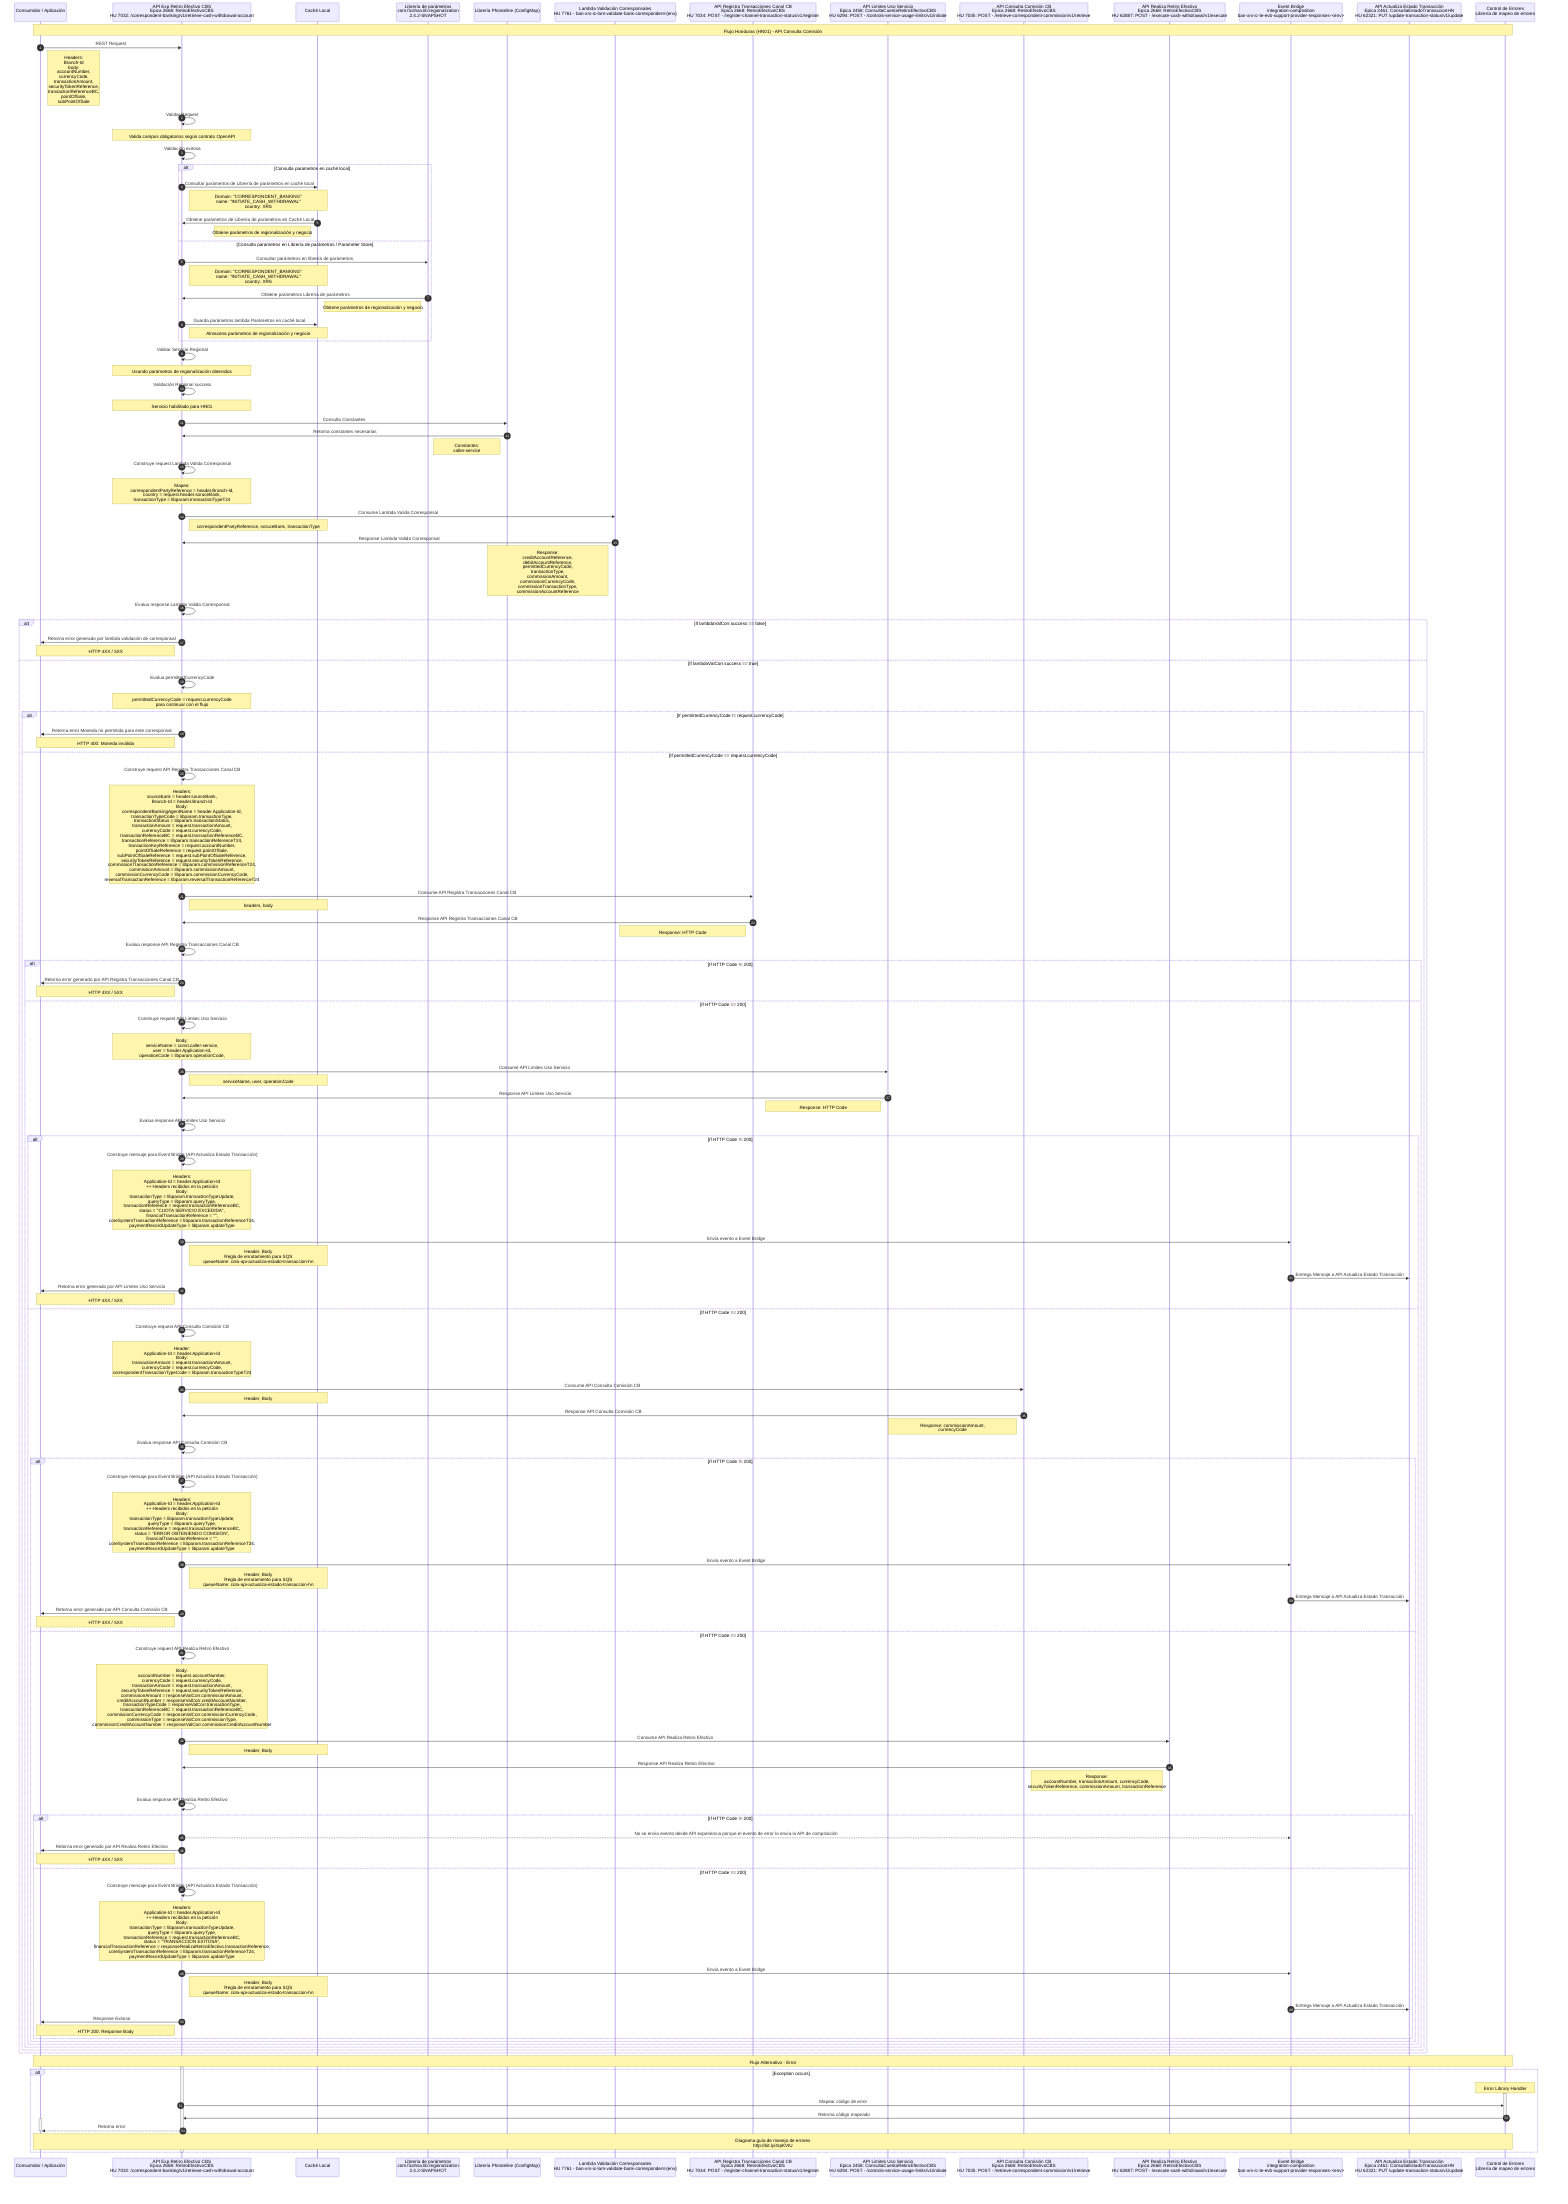
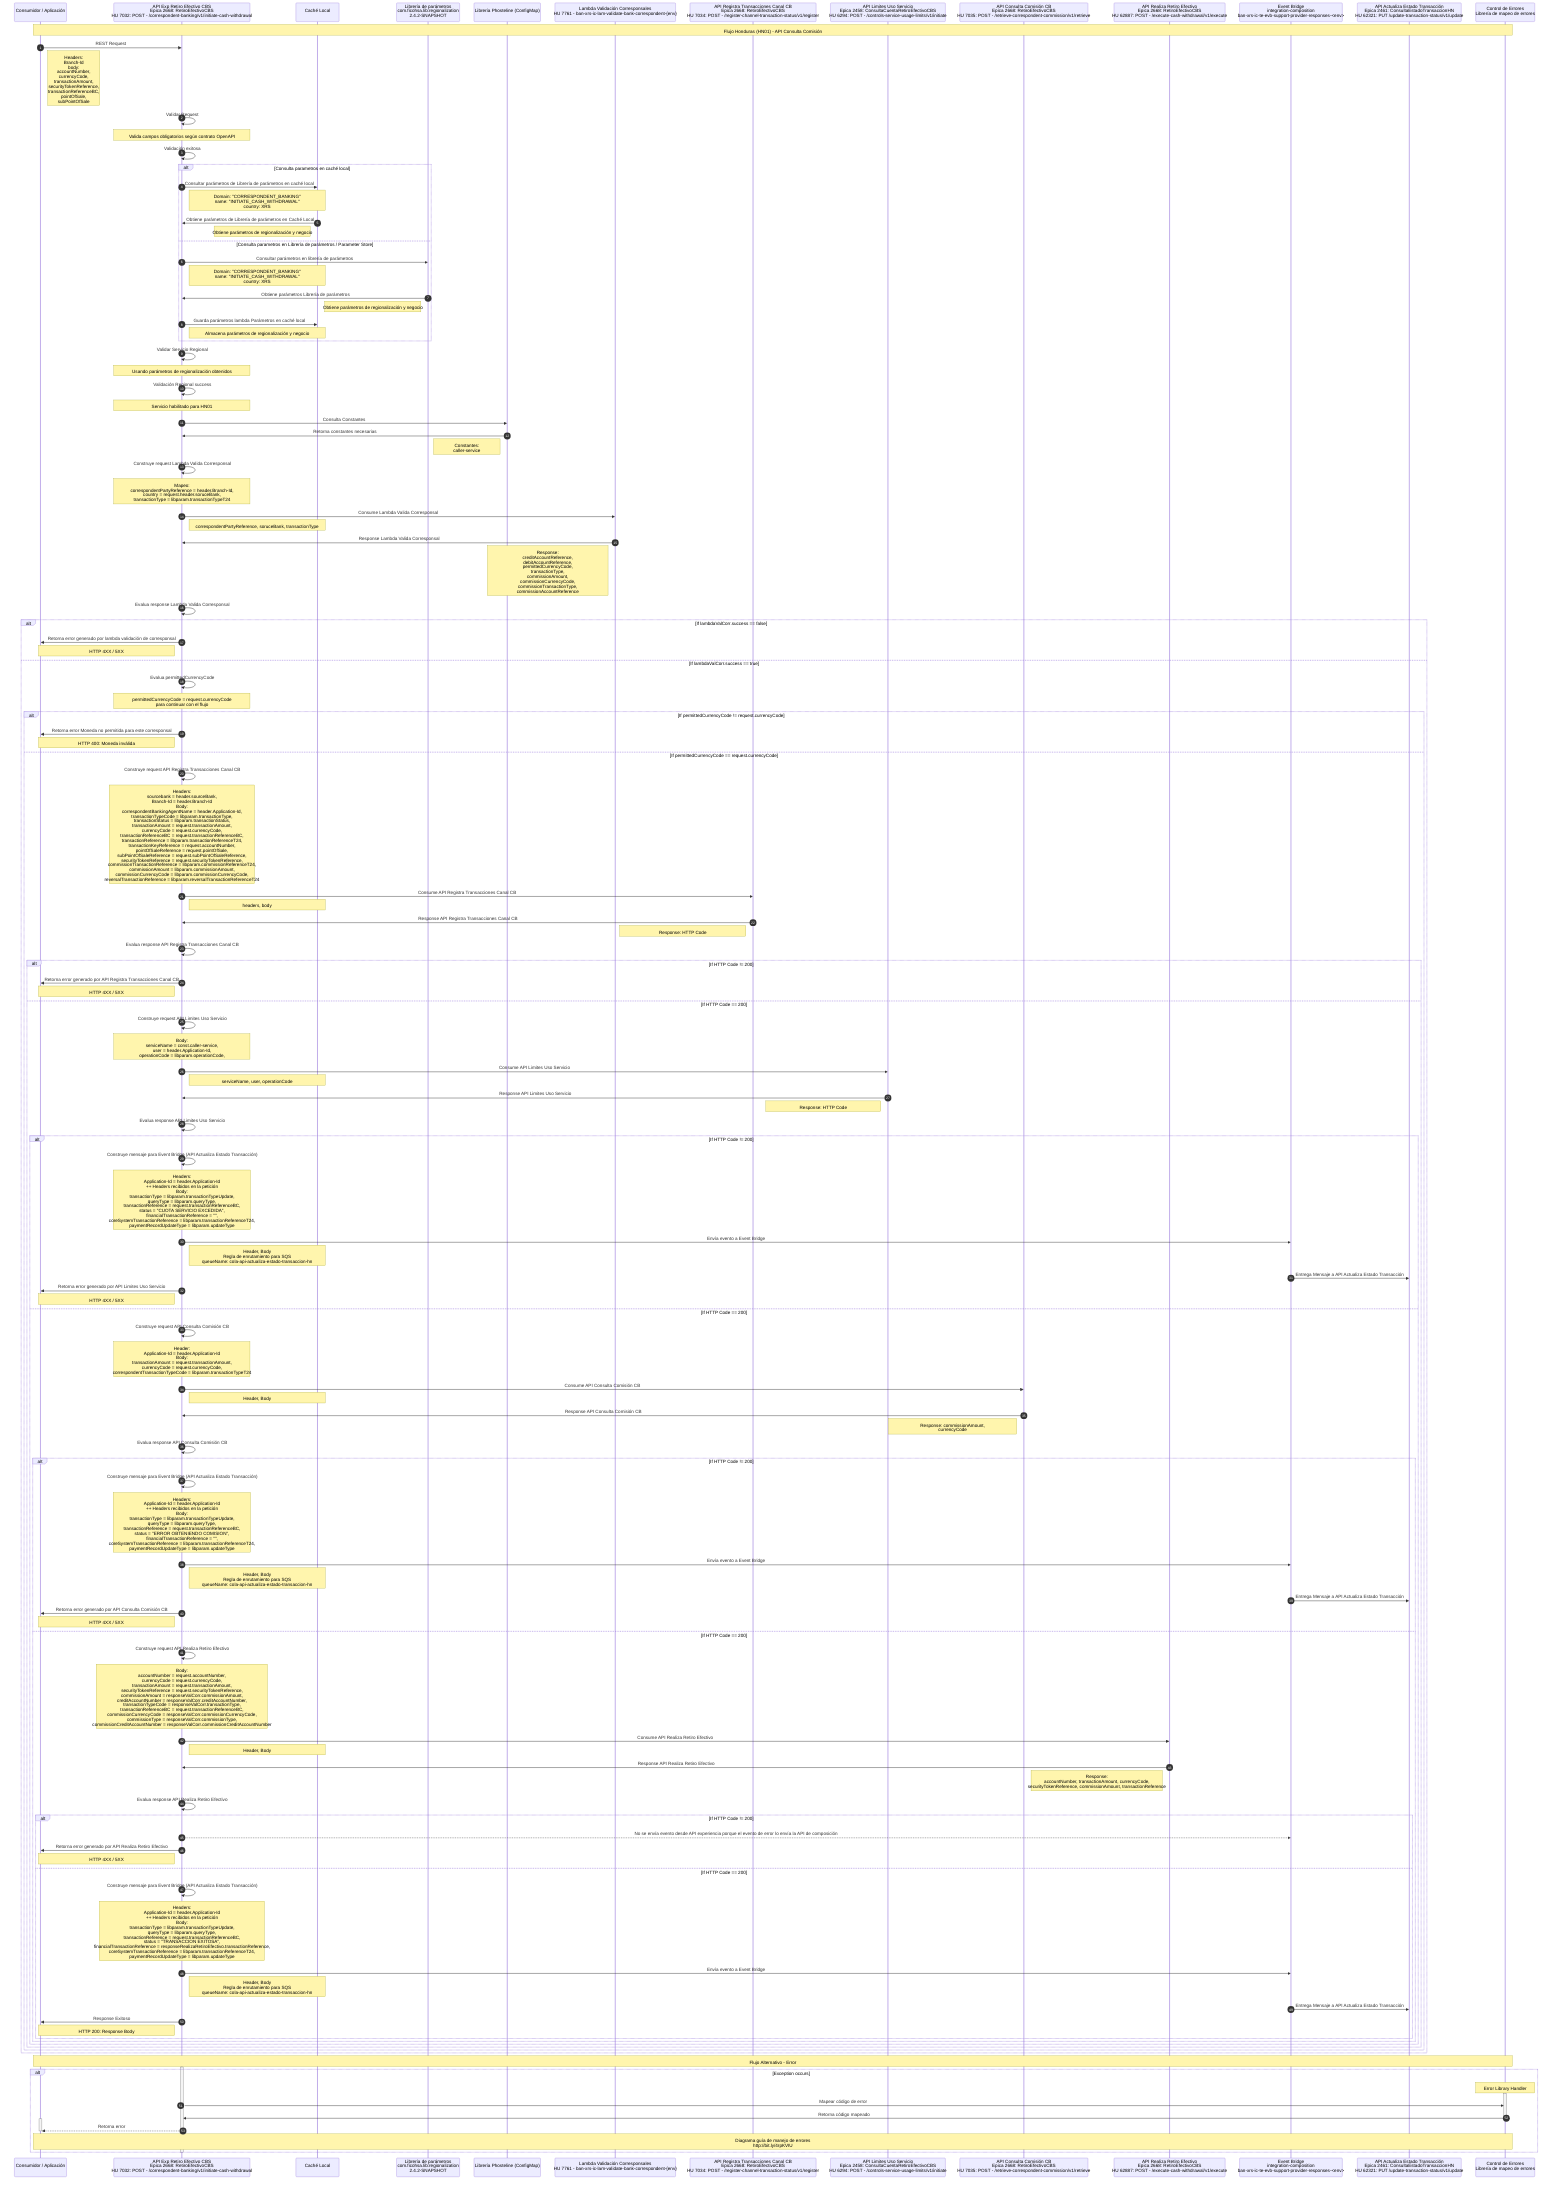
sequenceDiagram
    autonumber
    participant Consumidor as Consumidor / Aplicación
-     participant API as API Exp Retiro Efectivo CBS <br> Epica 2668: RetiroEfectivoCBS <br> HU 7032:  /correspondent-banking/v1/retrieve-cash-withdrawal-account
+     participant API as API Exp Retiro Efectivo CBS <br> Epica 2668: RetiroEfectivoCBS <br> HU 7032: POST -  /correspondent-banking/v1/initiate-cash-withdrawal
    participant CL as Caché Local
    participant Lambda as Librería de parámetros <br> com.ficohsa.lib:regionalization <br> 2.4.2-SNAPSHOT
    participant Lib as Librería Phosteline (ConfigMap)
    participant lambdaCorr as Lambda Validación Corresponsales<br/> HU 7761 - ban-xrs-ic-lam-validate-bank-correspondent-{env}
    participant API1 as API Registra Transacciones Canal CB <br> Epica 2668: RetiroEfectivoCBS <br> HU 7034:  POST - /register-channel-transaction-status/v1/register
    participant API2 as API Limites Uso Servicio <br> Epica 2458: ConsultaCuentaRetiroEfectivoCBS <br> HU 6294:  POST - /controls-service-usage-limits/v1/initiate
    participant API3 as API Consulta Comisión CB <br> Epica 2668: RetiroEfectivoCBS <br> HU 7035:  POST - /retrieve-correspondent-commission/v1/retrieve
    participant API4 as API Realiza Retiro Efectivo <br> Epica 2668: RetiroEfectivoCBS <br> HU 62887:  POST - /execute-cash-withdrawal/v1/execute
    participant event as Event Bridge <br> integration-composition <br> ban-xrs-ic-te-evb-support-provider-responses-<env>
    participant API5 as API Actualiza Estado Transacción <br> Epica 2461: ConsultaEstadoTransaccionHN <br> HU 62321:  PUT /update-transaction-status/v1/update
    participant Errors as Control de Errores <br> Librería de mapeo de errores

    Note over Consumidor, Errors: Flujo Honduras (HN01) - API Consulta Comisión

    Consumidor->>API: REST Request
    Note right of Consumidor: Headers: <br> Branch-Id <br> body: <br> accountNumber, <br> currencyCode, <br> transactionAmount, <br> securityTokenReference, <br> transactionReferenceBC, <br> pointOfSale, <br> subPointOfSale

    API->>API: Validar Request
    Note over API: Valida campos obligatorios según contrato OpenAPI

    API->>API: Validación exitosa

    alt Consulta parametros en caché local

        API->>CL: Consultar parámetros de Librería de parámetros en caché local
        Note right of API: Domain: "CORRESPONDENT_BANKING" <br> name: "INITIATE_CASH_WITHDRAWAL" <br> country: XRS

        CL->>API: Obtiene parámetros de Librería de parámetros en Caché Local
        Note left of CL: Obtiene parámetros de regionalización y negocio

    else Consulta  parametros en Librería de parámetros / Parameter Store

        API->>Lambda: Consultar parámetros en librería de parámetros
        Note right of API: Domain: "CORRESPONDENT_BANKING" <br> name: "INITIATE_CASH_WITHDRAWAL" <br> country: XRS

        Lambda->>API: Obtiene parámetros Librería de parámetros
        Note left of Lambda: Obtiene parámetros de regionalización y negocio

        API->>CL: Guarda parámetros lambda Parámetros en caché local
        Note right of API: Almacena parámetros de regionalización y negocio

    end

    API->>API: Validar Servicio Regional
    Note over API: Usando parámetros de regionalización obtenidos

    API->>API: Validación Regional success
    Note over API: Servicio habilitado para HN01

    API->>Lib: Consulta Constantes

    Lib->>API: Retorna constantes necesarias
    Note left of Lib: Constantes: <br> caller-service

    API->>API: Construye request Lambda Valida Corresponsal
    Note over API: Mapeo: <br> correspondentPartyReference = header.Branch-Id, <br> country = request.header.soruceBank, <br> transactionType = libparam.transactionTypeT24

    API->>lambdaCorr: Consume Lambda Valida Corresponsal
    Note right of API: correspondentPartyReference, soruceBank, transactionType

    lambdaCorr->>API: Response Lambda Valida Corresponsal
    Note left of lambdaCorr: Response: <br> creditAccountReference, <br> debitAccountReference, <br> permittedCurrencyCode, <br> transactionType, <br> commissionAmount, <br> commissionCurrencyCode, <br> commissionTransactionType, <br> commissionAccountReference

    API->>API: Evalua response Lambda Valida Corresponsal

    alt If lambdaValCorr.success == false

        API->> Consumidor: Retorna error generado por lambda validación de corresponsal
        Note left of API: HTTP 4XX / 5XX

    else If lambdaValCorr.success == true

        API->>API: Evalua permittedCurrencyCode
        Note over API: permittedCurrencyCode = request.currencyCode <br> para continuar con el flujo

        alt If permittedCurrencyCode != request.currencyCode

            API->> Consumidor: Retorna error Moneda no permitida para este corresponsal
            Note left of API: HTTP 400: Moneda inválida

        else If permittedCurrencyCode == request.currencyCode

            API->>API: Construye request API Registra Transacciones Canal CB
            Note over API: Headers: <br> sourcebank = header.sourceBank, <br> Branch-Id = header.Branch-Id <br> Body: <br> correspondentBankingAgentName = header.Application-Id, <br> transactionTypeCode = libparam.transactionType, <br> transactionStatus = libparam.transactionStatus, <br> transactionAmount = request.transactionAmount, <br> currencyCode = request.currencyCode, <br> transactionReferenceBC = request.transactionReferenceBC, <br> transactionReference = libparam.transactionReferenceT24, <br> transactionKeyReference = request.accountNumber, <br> pointOfSaleReference = request.pointOfSale, <br> subPointOfSaleReference = request.subPointOfSaleReference, <br> securityTokenReference = request.securityTokenReference, <br> commissionTransactionReference = libparam.commissionReferenceT24, <br> commissionAmount = libparam.commissionAmount, <br> commissionCurrencyCode = libparam.commissionCurrencyCode, <br> reversalTransactionReference = libparam.reversalTransactionReferenceT24

            API->>API1: Consume API Registra Transacciones Canal CB
            Note right of API: headers, body

            API1->>API: Response API Registra Transacciones Canal CB
            Note left of API1: Response: HTTP Code

            API->>API: Evalua response API Registra Transacciones Canal CB

            alt If HTTP Code != 200

                API->> Consumidor: Retorna error generado por API Registra Transacciones Canal CB
                Note left of API: HTTP 4XX / 5XX

            else If HTTP Code == 200

                API->>API: Construye request API Limites Uso Servicio
                Note over API: Body: <br> serviceName = const.caller-service, <br> user = header.Application-Id, <br> operationCode = libparam.operationCode,

                API->>API2: Consume API Limites Uso Servicio
                Note right of API: serviceName, user, operationCode

                API2->>API: Response API Limites Uso Servicio
                Note left of API2: Response: HTTP Code

                API->>API: Evalua response API Limites Uso Servicio

                alt If HTTP Code != 200

                    API->>API: Construye mensaje para Event Bridge (API Actualiza Estado Transacción)
                    Note over API: Headers: <br> Application-Id = header.Application-Id <br> ++ Headers recibidos en la petición <br> Body: <br> transactionType = libparam.transactionTypeUpdate, <br> queryType = libparam.queryType, <br> transactionReference = request.transactionReferenceBC, <br> status = "CUOTA SERVICIO EXCEDIDA", <br> financialTransactionReference = "", <br> coreSystemTransactionReference = libparam.transactionReferenceT24, <br> paymentRecordUpdateType = libparam.updateType

                    API->>event: Envía evento a Event Bridge
                    Note right of API: Header, Body <br> Regla de enrutamiento para SQS <br> queueName: cola-api-actualiza-estado-transaccion-hn

                    event->>API5: Entrega Mensaje a API Actualiza Estado Transacción

                    API->> Consumidor: Retorna error generado por API Limites Uso Servicio
                    Note left of API: HTTP 4XX / 5XX

                else If HTTP Code == 200

                    API->>API: Construye request API Consulta Comisión CB
                    Note over API: Header: <br> Application-Id = header.Application-Id <br> Body: <br> transactionAmount = request.transactionAmount, <br> currencyCode = request.currencyCode, <br> correspondentTransactionTypeCode = libparam.transactionTypeT24

                    API->>API3: Consume API Consulta Comisión CB
                    Note right of API: Header, Body

                    API3->>API: Response API Consulta Comisión CB
                    Note left of API3: Response: commissionAmount, <br> currencyCode

                    API->>API: Evalua response API Consulta Comisión CB

                    alt If HTTP Code != 200

                        API->>API: Construye mensaje para Event Bridge (API Actualiza Estado Transacción)
                        Note over API: Headers: <br> Application-Id = header.Application-Id <br> ++ Headers recibidos en la petición <br> Body: <br> transactionType = libparam.transactionTypeUpdate, <br> queryType = libparam.queryType, <br> transactionReference = request.transactionReferenceBC, <br> status = "ERROR OBTENIENDO COMISION", <br> financialTransactionReference = "", <br> coreSystemTransactionReference = libparam.transactionReferenceT24, <br> paymentRecordUpdateType = libparam.updateType

                        API->>event: Envía evento a Event Bridge
                        Note right of API: Header, Body <br> Regla de enrutamiento para SQS <br> queueName: cola-api-actualiza-estado-transaccion-hn

                        event->>API5: Entrega Mensaje a API Actualiza Estado Transacción

                        API->> Consumidor: Retorna error generado por API Consulta Comisión CB
                        Note left of API: HTTP 4XX / 5XX

                    else If HTTP Code == 200

                        API->>API: Construye request API Realiza Retiro Efectivo
                        Note over API: Body: <br> accountNumber = request.accountNumber, <br> currencyCode = request.currencyCode, <br> transactionAmount = request.transactionAmount, <br> securityTokenReference = request.securityTokenReference, <br> commissionAmount = responseValCorr.commissionAmount, <br> creditAccountNumber = responseValCorr.creditAccountNumber, <br> transactionTypeCode = responseValCorr.transactionType, <br> transactionReferenceBC = request.transactionReferenceBC, <br> commissionCurrencyCode = responseValCorr.commissionCurrencyCode, <br> commissionType = responseValCorr.commissionType, <br> commissionCreditAccountNumber = responseValCorr.commissionCreditAccountNumber

                        API->>API4: Consume API Realiza Retiro Efectivo
                        Note right of API: Header, Body

                        API4->>API: Response API Realiza Retiro Efectivo
                        Note left of API4: Response: <br> accountNumber, transactionAmount, currencyCode, <br> securityTokenReference, commissionAmount, transactionReference

                        API->>API: Evalua response API Realiza Retiro Efectivo

                        alt If HTTP Code != 200

                            API-->>event: No se envía evento desde API experiencia porque el evento de error lo envía la API de composición

                            API->> Consumidor: Retorna error generado por API Realiza Retiro Efectivo
                            Note left of API: HTTP 4XX / 5XX

                        else If HTTP Code == 200

                            API->>API: Construye mensaje para Event Bridge (API Actualiza Estado Transacción)
                            Note over API: Headers: <br> Application-Id = header.Application-Id <br> ++ Headers recibidos en la petición <br> Body: <br> transactionType = libparam.transactionTypeUpdate, <br> queryType = libparam.queryType, <br> transactionReference = request.transactionReferenceBC, <br> status = "TRANSACCION EXITOSA", <br> financialTransactionReference = responseRealizaRetiroEfectivo.transactionReference, <br> coreSystemTransactionReference = libparam.transactionReferenceT24, <br> paymentRecordUpdateType = libparam.updateType

                            API->>event: Envía evento a Event Bridge
                            Note right of API: Header, Body <br> Regla de enrutamiento para SQS <br> queueName: cola-api-actualiza-estado-transaccion-hn

                            event->>API5: Entrega Mensaje a API Actualiza Estado Transacción

                            API->>Consumidor: Response Exitoso
                            Note left of API: HTTP 200: Response Body

                        end

                    end

                end

            end

        end
    end

    Note over Consumidor, Errors: Flujo Alternativo - Error
    activate API
    alt Exception occurs
        note over Errors: Error Library Handler
        activate Errors
            API->> Errors: Mapear código de error
            Errors ->> API: Retorna código mapeado
        deactivate Errors
        activate Consumidor
            API-->> Consumidor: Retorna error
        deactivate Consumidor
        Note over Consumidor,Errors: Diagrama guía de manejo de errores <br> http://bit.ly/4rpKVIU
    end
    deactivate API